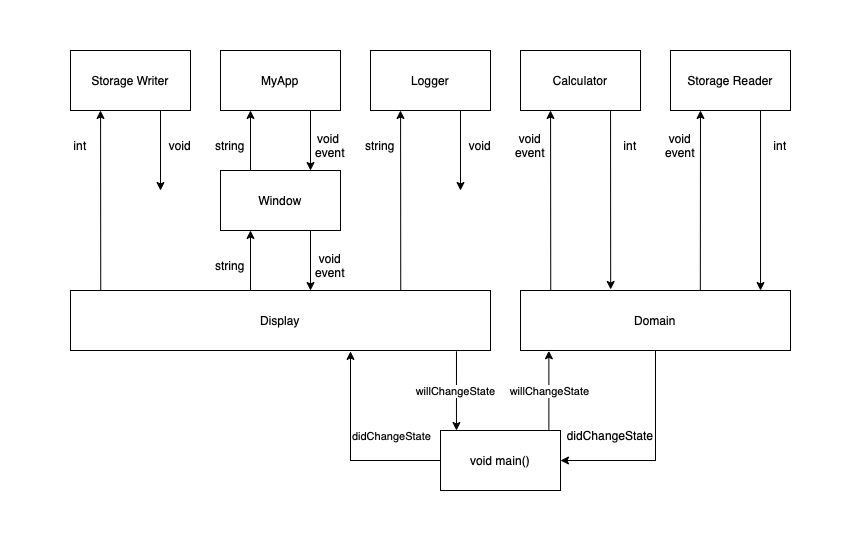
This is sample/images/components2.drawio.png from prokhor-andrew/simprokmachine-flutter, a draw.io export, as it was before one commit. Source tidied: cells renumbered, new cells last; positions are measured from the earlier drawing's top-left corner, leaving out a move shared by most shapes.
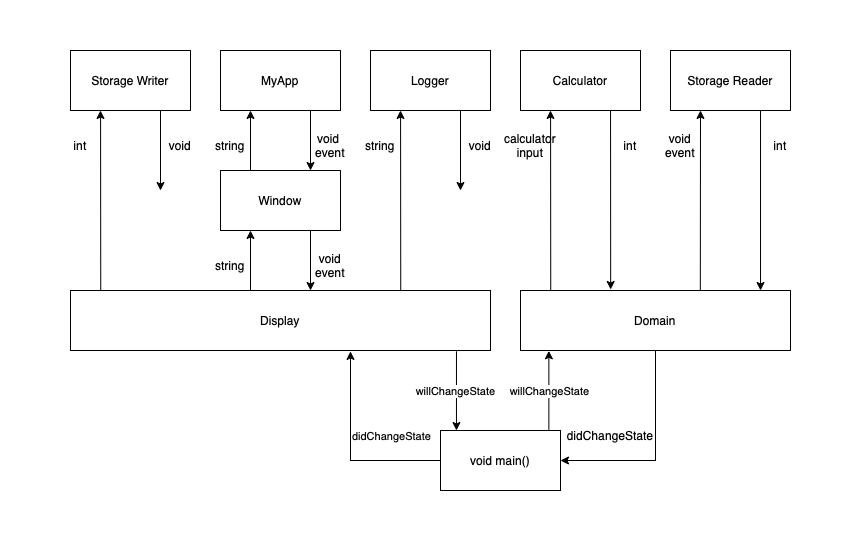
The same file after the commit.

The edit, as a diff of the source:
```diff
@@ -39,7 +39,7 @@
     <mxCell id="12" style="endArrow=classic;html=1;rounded=0;exitX=0.75;exitY=1;exitDx=0;exitDy=0;entryX=0.889;entryY=0;entryDx=0;entryDy=0;entryPerimeter=0;" parent="1" edge="1" source="5" target="27">
       <mxGeometry relative="1" as="geometry" />
     </mxCell>
-    <mxCell id="13" value="void&lt;br&gt;event" style="text;html=1;strokeColor=none;fillColor=none;align=center;verticalAlign=middle;whiteSpace=wrap;rounded=0;" parent="1" vertex="1">
+    <mxCell id="13" value="calculator&lt;br&gt;input" style="text;html=1;strokeColor=none;fillColor=none;align=center;verticalAlign=middle;whiteSpace=wrap;rounded=0;" parent="1" vertex="1">
       <mxGeometry x="450" y="80" width="60" height="30" as="geometry" />
     </mxCell>
     <mxCell id="14" style="endArrow=classic;html=1;rounded=0;exitX=0.75;exitY=1;exitDx=0;exitDy=0;entryX=0.334;entryY=-0.017;entryDx=0;entryDy=0;entryPerimeter=0;" parent="1" edge="1" source="4" target="27">
```
